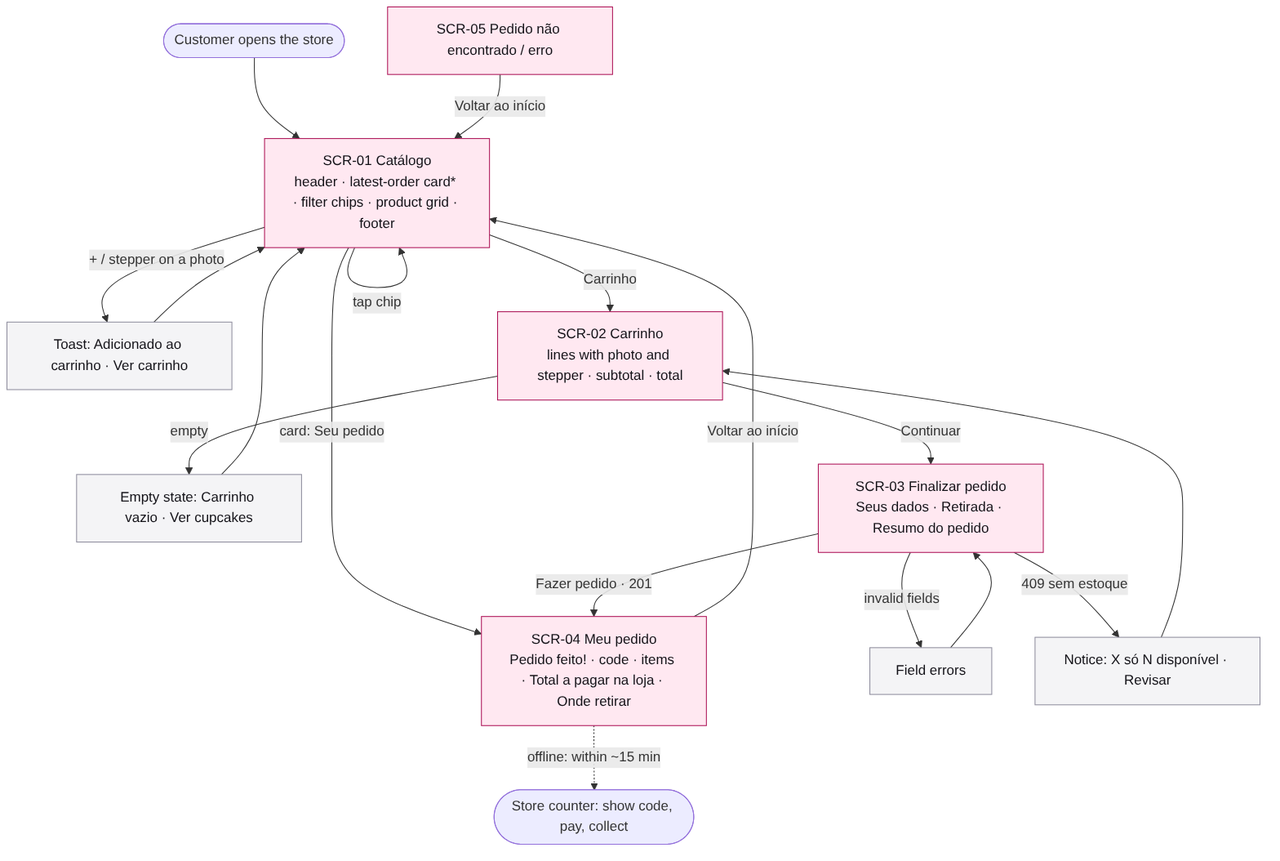
tiagopacedev/cupcake-app keeps this Mermaid diagram as docs/diagrams/user-flows/user-flow.png. Above is the earlier version. Its source is kept beside it as docs/diagrams/user-flows/user-flow.mmd.
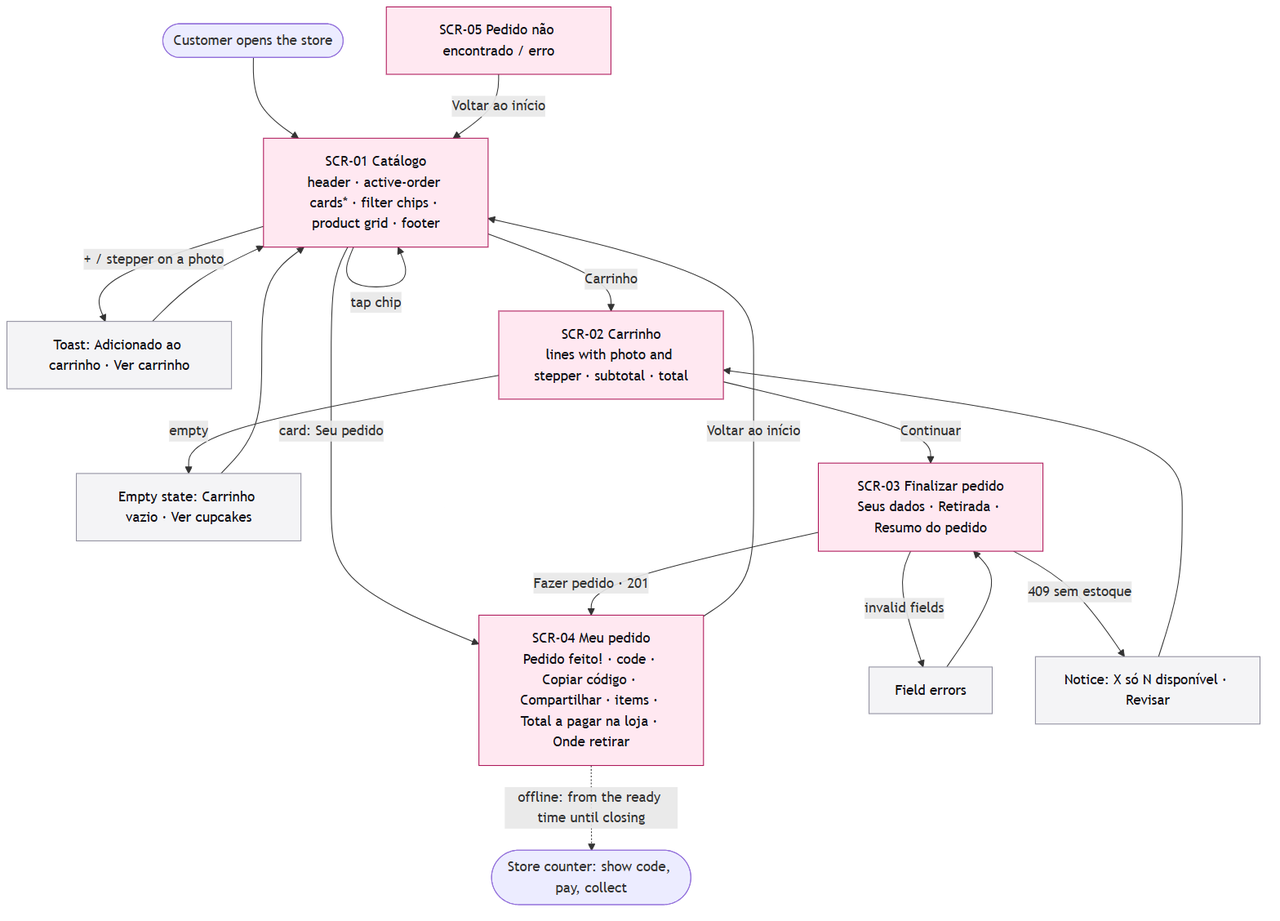
After the commit.

What changed in the source:
```diff
@@ -1,6 +1,6 @@
 flowchart TD
   START([Customer opens the store]) --> CAT
-  CAT["SCR-01 Catálogo<br/>header · latest-order card* · filter chips · product grid · footer"]
+  CAT["SCR-01 Catálogo<br/>header · active-order cards* · filter chips · product grid · footer"]
   CAT -->|tap chip| CAT
   CAT -->|"+ / stepper on a photo"| TOAST["Toast: Adicionado ao carrinho · Ver carrinho"]
   TOAST --> CAT
@@ -16,9 +16,9 @@
   CHK -->|"409 sem estoque"| STOCK["Notice: X só N disponível · Revisar"]
   STOCK --> CART
   CHK -->|"Fazer pedido · 201"| ORDER
-  ORDER["SCR-04 Meu pedido<br/>Pedido feito! · code · items · Total a pagar na loja · Onde retirar"]
+  ORDER["SCR-04 Meu pedido<br/>Pedido feito! · code · Copiar código · Compartilhar · items · Total a pagar na loja · Onde retirar"]
   ORDER -->|Voltar ao início| CAT
-  ORDER -.->|"offline: within ~15 min"| STORE(["Store counter: show code, pay, collect"])
+  ORDER -.->|"offline: from the ready time until closing"| STORE(["Store counter: show code, pay, collect"])
   NF["SCR-05 Pedido não encontrado / erro"] -->|Voltar ao início| CAT
   classDef scr fill:#FFE8F1,stroke:#AD1457,color:#121117
   classDef st fill:#F4F4F6,stroke:#8F8E9E,color:#121117
```
